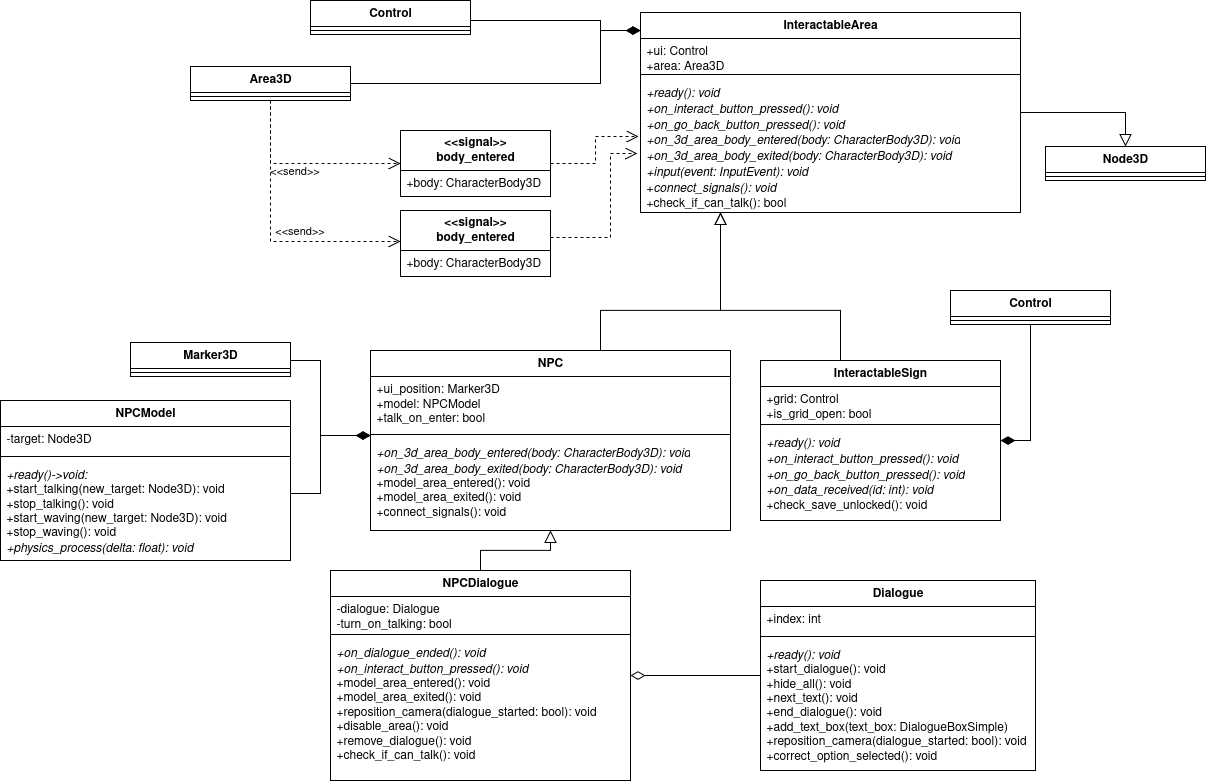
fliposab/ProgettoStage keeps this draw.io diagram as Documentazione/source/imgs/class-interactable.png. Above is the earlier version. Source tidied: cells renumbered, new cells last; positions are measured from the earlier drawing's top-left corner, leaving out a move shared by most shapes.
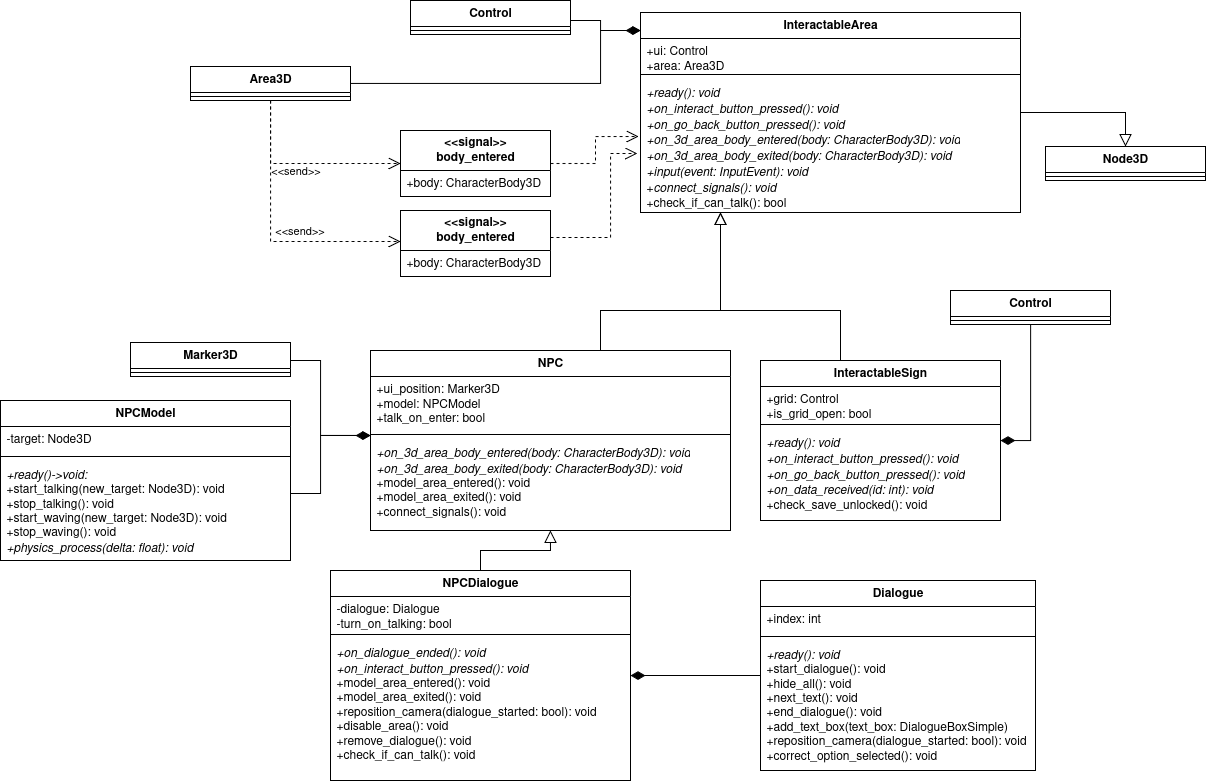
Later version of the same file.

The edit, as a diff of the source:
```diff
@@ -49,7 +49,7 @@
       <mxGeometry y="26" width="160" height="8" as="geometry" />
     </mxCell>
     <mxCell id="12" value="&lt;div&gt;Control&lt;/div&gt;" style="swimlane;fontStyle=1;align=center;verticalAlign=top;horizontal=1;startSize=26;whiteSpace=wrap;html=1;" parent="1" vertex="1">
-      <mxGeometry x="310" width="160" height="34" as="geometry" />
+      <mxGeometry x="410" width="160" height="34" as="geometry" />
     </mxCell>
     <mxCell id="13" style="line;strokeWidth=1;fillColor=none;align=left;verticalAlign=middle;spacingTop=-1;spacingLeft=3;spacingRight=3;labelPosition=right;strokeColor=inherit;" parent="12" vertex="1">
       <mxGeometry y="26" width="160" height="8" as="geometry" />
@@ -115,7 +115,7 @@
     <mxCell id="30" value="&lt;div&gt;&lt;i&gt;+on_dialogue_ended(): void&lt;/i&gt;&lt;/div&gt;&lt;div&gt;&lt;i&gt;+on_interact_button_pressed(): void&lt;/i&gt;&lt;/div&gt;&lt;div&gt;+model_area_entered(): void&lt;/div&gt;&lt;div&gt;+model_area_exited(): void&lt;/div&gt;&lt;div&gt;+reposition_camera(dialogue_started: bool): void&lt;/div&gt;&lt;div&gt;+disable_area(): void&lt;/div&gt;&lt;div&gt;+remove_dialogue(): void&lt;/div&gt;&lt;div&gt;+check_if_can_talk(): void&lt;/div&gt;&lt;div&gt;&lt;br&gt;&lt;/div&gt;" style="text;strokeColor=none;fillColor=none;align=left;verticalAlign=top;spacingLeft=4;spacingRight=4;overflow=hidden;whiteSpace=wrap;html=1;" parent="27" vertex="1">
       <mxGeometry y="68" width="300" height="142" as="geometry" />
     </mxCell>
-    <mxCell id="31" style="edgeStyle=orthogonalEdgeStyle;rounded=0;jettySize=auto;html=1;entryX=1;entryY=0.5;entryDx=0;entryDy=0;endArrow=diamondThin;endFill=0;endSize=12;" parent="1" edge="1" source="52" target="27">
+    <mxCell id="31" style="edgeStyle=orthogonalEdgeStyle;rounded=0;jettySize=auto;html=1;entryX=1;entryY=0.5;entryDx=0;entryDy=0;endArrow=diamondThin;endFill=1;endSize=12;" parent="1" edge="1" source="52" target="27">
       <mxGeometry relative="1" as="geometry" />
     </mxCell>
     <mxCell id="32" style="edgeStyle=orthogonalEdgeStyle;rounded=0;jettySize=auto;html=1;endArrow=block;endFill=0;endSize=10;" parent="1" edge="1" source="33" target="14">
```
